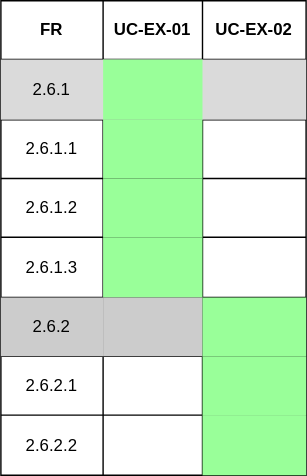
COS301-SE-2026/UMTAS keeps this draw.io diagram as docs/srs/Use_Cases/Traceability_Matrix/FR2_6.svg. Above is the earlier version. Source tidied: cells renumbered, new cells last; positions are measured from the earlier drawing's top-left corner, leaving out a move shared by most shapes. Its diagram source:
```xml
<mxGraphModel>
  <root>
    <mxCell id="0" />
    <mxCell id="1" parent="0" />
    <mxCell id="2" style="shape=table;startSize=0;strokeColor=default;" parent="1" vertex="1">
      <mxGeometry width="218" height="339" as="geometry" />
    </mxCell>
    <mxCell id="3" style="shape=tableRow;horizontal=0;startSize=0;swimlaneHead=0;swimlaneBody=0;strokeColor=inherit;top=0;left=0;bottom=0;right=0;fillColor=none;" parent="2" vertex="1">
      <mxGeometry width="218" height="42" as="geometry" />
    </mxCell>
    <mxCell id="4" value="FR" style="shape=partialRectangle;html=1;whiteSpace=wrap;strokeColor=inherit;overflow=hidden;fillColor=none;top=0;left=0;bottom=0;right=0;fontStyle=1;" parent="3" vertex="1">
      <mxGeometry width="73" height="42" as="geometry" />
    </mxCell>
    <mxCell id="5" value="UC-EX-01" style="shape=partialRectangle;html=1;whiteSpace=wrap;strokeColor=inherit;overflow=hidden;fillColor=none;top=0;left=0;bottom=0;right=0;fontStyle=1;" parent="3" vertex="1">
      <mxGeometry x="73" width="71" height="42" as="geometry" />
    </mxCell>
    <mxCell id="6" value="&lt;span style=&quot;color: rgb(0, 0, 0);&quot;&gt;UC-EX-02&lt;/span&gt;" style="shape=partialRectangle;html=1;whiteSpace=wrap;strokeColor=inherit;overflow=hidden;fillColor=none;top=0;left=0;bottom=0;right=0;fontStyle=1;" parent="3" vertex="1">
      <mxGeometry x="144" width="74" height="42" as="geometry" />
    </mxCell>
    <mxCell id="7" style="shape=tableRow;horizontal=0;startSize=0;swimlaneHead=0;swimlaneBody=0;strokeColor=inherit;top=0;left=0;bottom=0;right=0;fillColor=#DADADA;" parent="2" vertex="1">
      <mxGeometry y="42" width="218" height="43" as="geometry" />
    </mxCell>
    <mxCell id="8" value="2.6.1" style="shape=partialRectangle;html=1;whiteSpace=wrap;strokeColor=inherit;overflow=hidden;fillColor=none;top=0;left=0;bottom=0;right=0;" parent="7" vertex="1">
      <mxGeometry width="73" height="43" as="geometry" />
    </mxCell>
    <mxCell id="9" style="shape=partialRectangle;html=1;whiteSpace=wrap;strokeColor=inherit;overflow=hidden;fillColor=#99FF99;top=0;left=0;bottom=0;right=0;" parent="7" vertex="1">
      <mxGeometry x="73" width="71" height="43" as="geometry" />
    </mxCell>
    <mxCell id="10" style="shape=partialRectangle;html=1;whiteSpace=wrap;strokeColor=inherit;overflow=hidden;fillColor=none;top=0;left=0;bottom=0;right=0;" parent="7" vertex="1">
      <mxGeometry x="144" width="74" height="43" as="geometry" />
    </mxCell>
    <mxCell id="11" style="shape=tableRow;horizontal=0;startSize=0;swimlaneHead=0;swimlaneBody=0;strokeColor=inherit;top=0;left=0;bottom=0;right=0;fillColor=none;" parent="2" vertex="1">
      <mxGeometry y="85" width="218" height="42" as="geometry" />
    </mxCell>
    <mxCell id="12" value="2.6.1.1" style="shape=partialRectangle;html=1;whiteSpace=wrap;strokeColor=inherit;overflow=hidden;fillColor=none;top=0;left=0;bottom=0;right=0;" parent="11" vertex="1">
      <mxGeometry width="73" height="42" as="geometry" />
    </mxCell>
    <mxCell id="13" style="shape=partialRectangle;html=1;whiteSpace=wrap;strokeColor=inherit;overflow=hidden;fillColor=#99FF99;top=0;left=0;bottom=0;right=0;" parent="11" vertex="1">
      <mxGeometry x="73" width="71" height="42" as="geometry" />
    </mxCell>
    <mxCell id="14" style="shape=partialRectangle;html=1;whiteSpace=wrap;strokeColor=inherit;overflow=hidden;fillColor=none;top=0;left=0;bottom=0;right=0;" parent="11" vertex="1">
      <mxGeometry x="144" width="74" height="42" as="geometry" />
    </mxCell>
    <mxCell id="15" style="shape=tableRow;horizontal=0;startSize=0;swimlaneHead=0;swimlaneBody=0;strokeColor=inherit;top=0;left=0;bottom=0;right=0;fillColor=none;" parent="2" vertex="1">
      <mxGeometry y="127" width="218" height="42" as="geometry" />
    </mxCell>
    <mxCell id="16" value="2.6.1.2" style="shape=partialRectangle;html=1;whiteSpace=wrap;strokeColor=inherit;overflow=hidden;fillColor=none;top=0;left=0;bottom=0;right=0;" parent="15" vertex="1">
      <mxGeometry width="73" height="42" as="geometry" />
    </mxCell>
    <mxCell id="17" style="shape=partialRectangle;html=1;whiteSpace=wrap;strokeColor=inherit;overflow=hidden;fillColor=#99FF99;top=0;left=0;bottom=0;right=0;" parent="15" vertex="1">
      <mxGeometry x="73" width="71" height="42" as="geometry" />
    </mxCell>
    <mxCell id="18" style="shape=partialRectangle;html=1;whiteSpace=wrap;strokeColor=inherit;overflow=hidden;fillColor=none;top=0;left=0;bottom=0;right=0;" parent="15" vertex="1">
      <mxGeometry x="144" width="74" height="42" as="geometry" />
    </mxCell>
    <mxCell id="19" style="shape=tableRow;horizontal=0;startSize=0;swimlaneHead=0;swimlaneBody=0;strokeColor=inherit;top=0;left=0;bottom=0;right=0;fillColor=none;" parent="2" vertex="1">
      <mxGeometry y="169" width="218" height="43" as="geometry" />
    </mxCell>
    <mxCell id="20" value="2.6.1.3" style="shape=partialRectangle;html=1;whiteSpace=wrap;strokeColor=inherit;overflow=hidden;fillColor=none;top=0;left=0;bottom=0;right=0;" parent="19" vertex="1">
      <mxGeometry width="73" height="43" as="geometry" />
    </mxCell>
    <mxCell id="21" style="shape=partialRectangle;html=1;whiteSpace=wrap;strokeColor=inherit;overflow=hidden;fillColor=#99FF99;top=0;left=0;bottom=0;right=0;" parent="19" vertex="1">
      <mxGeometry x="73" width="71" height="43" as="geometry" />
    </mxCell>
    <mxCell id="22" style="shape=partialRectangle;html=1;whiteSpace=wrap;strokeColor=inherit;overflow=hidden;fillColor=none;top=0;left=0;bottom=0;right=0;" parent="19" vertex="1">
      <mxGeometry x="144" width="74" height="43" as="geometry" />
    </mxCell>
    <mxCell id="23" style="shape=tableRow;horizontal=0;startSize=0;swimlaneHead=0;swimlaneBody=0;strokeColor=inherit;top=0;left=0;bottom=0;right=0;fillColor=none;" parent="2" vertex="1">
      <mxGeometry y="212" width="218" height="42" as="geometry" />
    </mxCell>
    <mxCell id="24" value="2.6.2" style="shape=partialRectangle;html=1;whiteSpace=wrap;strokeColor=inherit;overflow=hidden;fillColor=#CCCCCC;top=0;left=0;bottom=0;right=0;" parent="23" vertex="1">
      <mxGeometry width="73" height="42" as="geometry" />
    </mxCell>
    <mxCell id="25" style="shape=partialRectangle;html=1;whiteSpace=wrap;strokeColor=inherit;overflow=hidden;fillColor=#CCCCCC;top=0;left=0;bottom=0;right=0;" parent="23" vertex="1">
      <mxGeometry x="73" width="71" height="42" as="geometry" />
    </mxCell>
    <mxCell id="26" style="shape=partialRectangle;html=1;whiteSpace=wrap;strokeColor=inherit;overflow=hidden;fillColor=#99FF99;top=0;left=0;bottom=0;right=0;" parent="23" vertex="1">
      <mxGeometry x="144" width="74" height="42" as="geometry" />
    </mxCell>
    <mxCell id="27" style="shape=tableRow;horizontal=0;startSize=0;swimlaneHead=0;swimlaneBody=0;strokeColor=inherit;top=0;left=0;bottom=0;right=0;fillColor=none;" parent="2" vertex="1">
      <mxGeometry y="254" width="218" height="42" as="geometry" />
    </mxCell>
    <mxCell id="28" value="2.6.2.1" style="shape=partialRectangle;html=1;whiteSpace=wrap;strokeColor=inherit;overflow=hidden;fillColor=none;top=0;left=0;bottom=0;right=0;" parent="27" vertex="1">
      <mxGeometry width="73" height="42" as="geometry" />
    </mxCell>
    <mxCell id="29" style="shape=partialRectangle;html=1;whiteSpace=wrap;strokeColor=inherit;overflow=hidden;fillColor=none;top=0;left=0;bottom=0;right=0;" parent="27" vertex="1">
      <mxGeometry x="73" width="71" height="42" as="geometry" />
    </mxCell>
    <mxCell id="30" style="shape=partialRectangle;html=1;whiteSpace=wrap;strokeColor=inherit;overflow=hidden;fillColor=#99FF99;top=0;left=0;bottom=0;right=0;" parent="27" vertex="1">
      <mxGeometry x="144" width="74" height="42" as="geometry" />
    </mxCell>
    <mxCell id="31" style="shape=tableRow;horizontal=0;startSize=0;swimlaneHead=0;swimlaneBody=0;strokeColor=inherit;top=0;left=0;bottom=0;right=0;fillColor=none;" parent="2" vertex="1">
      <mxGeometry y="296" width="218" height="43" as="geometry" />
    </mxCell>
    <mxCell id="32" value="2.6.2.2" style="shape=partialRectangle;html=1;whiteSpace=wrap;strokeColor=inherit;overflow=hidden;fillColor=none;top=0;left=0;bottom=0;right=0;" parent="31" vertex="1">
      <mxGeometry width="73" height="43" as="geometry" />
    </mxCell>
    <mxCell id="33" style="shape=partialRectangle;html=1;whiteSpace=wrap;strokeColor=inherit;overflow=hidden;fillColor=none;top=0;left=0;bottom=0;right=0;" parent="31" vertex="1">
      <mxGeometry x="73" width="71" height="43" as="geometry" />
    </mxCell>
    <mxCell id="34" style="shape=partialRectangle;html=1;whiteSpace=wrap;strokeColor=inherit;overflow=hidden;fillColor=#99FF99;top=0;left=0;bottom=0;right=0;" parent="31" vertex="1">
      <mxGeometry x="144" width="74" height="43" as="geometry" />
    </mxCell>
  </root>
</mxGraphModel>
```
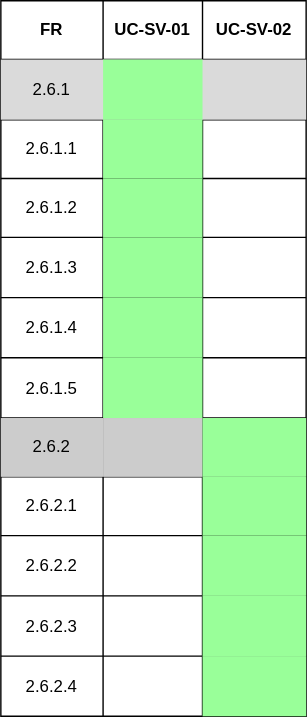
The same diagram one commit later.

The edit, as a diff of the source:
```diff
@@ -3,7 +3,7 @@
     <mxCell id="0" />
     <mxCell id="1" parent="0" />
     <mxCell id="2" style="shape=table;startSize=0;strokeColor=default;" parent="1" vertex="1">
-      <mxGeometry width="218" height="339" as="geometry" />
+      <mxGeometry width="218" height="511" as="geometry" />
     </mxCell>
     <mxCell id="3" style="shape=tableRow;horizontal=0;startSize=0;swimlaneHead=0;swimlaneBody=0;strokeColor=inherit;top=0;left=0;bottom=0;right=0;fillColor=none;" parent="2" vertex="1">
       <mxGeometry width="218" height="42" as="geometry" />
@@ -11,10 +11,10 @@
     <mxCell id="4" value="FR" style="shape=partialRectangle;html=1;whiteSpace=wrap;strokeColor=inherit;overflow=hidden;fillColor=none;top=0;left=0;bottom=0;right=0;fontStyle=1;" parent="3" vertex="1">
       <mxGeometry width="73" height="42" as="geometry" />
     </mxCell>
-    <mxCell id="5" value="UC-EX-01" style="shape=partialRectangle;html=1;whiteSpace=wrap;strokeColor=inherit;overflow=hidden;fillColor=none;top=0;left=0;bottom=0;right=0;fontStyle=1;" parent="3" vertex="1">
+    <mxCell id="5" value="UC-SV-01" style="shape=partialRectangle;html=1;whiteSpace=wrap;strokeColor=inherit;overflow=hidden;fillColor=none;top=0;left=0;bottom=0;right=0;fontStyle=1;" parent="3" vertex="1">
       <mxGeometry x="73" width="71" height="42" as="geometry" />
     </mxCell>
-    <mxCell id="6" value="&lt;span style=&quot;color: rgb(0, 0, 0);&quot;&gt;UC-EX-02&lt;/span&gt;" style="shape=partialRectangle;html=1;whiteSpace=wrap;strokeColor=inherit;overflow=hidden;fillColor=none;top=0;left=0;bottom=0;right=0;fontStyle=1;" parent="3" vertex="1">
+    <mxCell id="6" value="&lt;span style=&quot;color: rgb(0, 0, 0);&quot;&gt;UC-SV-02&lt;/span&gt;" style="shape=partialRectangle;html=1;whiteSpace=wrap;strokeColor=inherit;overflow=hidden;fillColor=none;top=0;left=0;bottom=0;right=0;fontStyle=1;" parent="3" vertex="1">
       <mxGeometry x="144" width="74" height="42" as="geometry" />
     </mxCell>
     <mxCell id="7" style="shape=tableRow;horizontal=0;startSize=0;swimlaneHead=0;swimlaneBody=0;strokeColor=inherit;top=0;left=0;bottom=0;right=0;fillColor=#DADADA;" parent="2" vertex="1">
@@ -53,10 +53,34 @@
     <mxCell id="18" style="shape=partialRectangle;html=1;whiteSpace=wrap;strokeColor=inherit;overflow=hidden;fillColor=none;top=0;left=0;bottom=0;right=0;" parent="15" vertex="1">
       <mxGeometry x="144" width="74" height="42" as="geometry" />
     </mxCell>
+    <mxCell id="35" style="shape=tableRow;horizontal=0;startSize=0;swimlaneHead=0;swimlaneBody=0;strokeColor=inherit;top=0;left=0;bottom=0;right=0;fillColor=none;" parent="2" vertex="1">
+      <mxGeometry y="169" width="218" height="43" as="geometry" />
+    </mxCell>
+    <mxCell id="36" value="2.6.1.3" style="shape=partialRectangle;html=1;whiteSpace=wrap;strokeColor=inherit;overflow=hidden;fillColor=none;top=0;left=0;bottom=0;right=0;" parent="35" vertex="1">
+      <mxGeometry width="73" height="43" as="geometry" />
+    </mxCell>
+    <mxCell id="37" style="shape=partialRectangle;html=1;whiteSpace=wrap;strokeColor=inherit;overflow=hidden;fillColor=#99FF99;top=0;left=0;bottom=0;right=0;" parent="35" vertex="1">
+      <mxGeometry x="73" width="71" height="43" as="geometry" />
+    </mxCell>
+    <mxCell id="38" style="shape=partialRectangle;html=1;whiteSpace=wrap;strokeColor=inherit;overflow=hidden;fillColor=none;top=0;left=0;bottom=0;right=0;" parent="35" vertex="1">
+      <mxGeometry x="144" width="74" height="43" as="geometry" />
+    </mxCell>
+    <mxCell id="39" style="shape=tableRow;horizontal=0;startSize=0;swimlaneHead=0;swimlaneBody=0;strokeColor=inherit;top=0;left=0;bottom=0;right=0;fillColor=none;" parent="2" vertex="1">
+      <mxGeometry y="212" width="218" height="43" as="geometry" />
+    </mxCell>
+    <mxCell id="40" value="2.6.1.4" style="shape=partialRectangle;html=1;whiteSpace=wrap;strokeColor=inherit;overflow=hidden;fillColor=none;top=0;left=0;bottom=0;right=0;" parent="39" vertex="1">
+      <mxGeometry width="73" height="43" as="geometry" />
+    </mxCell>
+    <mxCell id="41" style="shape=partialRectangle;html=1;whiteSpace=wrap;strokeColor=inherit;overflow=hidden;fillColor=#99FF99;top=0;left=0;bottom=0;right=0;" parent="39" vertex="1">
+      <mxGeometry x="73" width="71" height="43" as="geometry" />
+    </mxCell>
+    <mxCell id="42" style="shape=partialRectangle;html=1;whiteSpace=wrap;strokeColor=inherit;overflow=hidden;fillColor=none;top=0;left=0;bottom=0;right=0;" parent="39" vertex="1">
+      <mxGeometry x="144" width="74" height="43" as="geometry" />
+    </mxCell>
     <mxCell id="19" style="shape=tableRow;horizontal=0;startSize=0;swimlaneHead=0;swimlaneBody=0;strokeColor=inherit;top=0;left=0;bottom=0;right=0;fillColor=none;" parent="2" vertex="1">
-      <mxGeometry y="169" width="218" height="43" as="geometry" />
+      <mxGeometry y="255" width="218" height="43" as="geometry" />
     </mxCell>
-    <mxCell id="20" value="2.6.1.3" style="shape=partialRectangle;html=1;whiteSpace=wrap;strokeColor=inherit;overflow=hidden;fillColor=none;top=0;left=0;bottom=0;right=0;" parent="19" vertex="1">
+    <mxCell id="20" value="2.6.1.5" style="shape=partialRectangle;html=1;whiteSpace=wrap;strokeColor=inherit;overflow=hidden;fillColor=none;top=0;left=0;bottom=0;right=0;" parent="19" vertex="1">
       <mxGeometry width="73" height="43" as="geometry" />
     </mxCell>
     <mxCell id="21" style="shape=partialRectangle;html=1;whiteSpace=wrap;strokeColor=inherit;overflow=hidden;fillColor=#99FF99;top=0;left=0;bottom=0;right=0;" parent="19" vertex="1">
@@ -66,7 +90,7 @@
       <mxGeometry x="144" width="74" height="43" as="geometry" />
     </mxCell>
     <mxCell id="23" style="shape=tableRow;horizontal=0;startSize=0;swimlaneHead=0;swimlaneBody=0;strokeColor=inherit;top=0;left=0;bottom=0;right=0;fillColor=none;" parent="2" vertex="1">
-      <mxGeometry y="212" width="218" height="42" as="geometry" />
+      <mxGeometry y="298" width="218" height="42" as="geometry" />
     </mxCell>
     <mxCell id="24" value="2.6.2" style="shape=partialRectangle;html=1;whiteSpace=wrap;strokeColor=inherit;overflow=hidden;fillColor=#CCCCCC;top=0;left=0;bottom=0;right=0;" parent="23" vertex="1">
       <mxGeometry width="73" height="42" as="geometry" />
@@ -78,7 +102,7 @@
       <mxGeometry x="144" width="74" height="42" as="geometry" />
     </mxCell>
     <mxCell id="27" style="shape=tableRow;horizontal=0;startSize=0;swimlaneHead=0;swimlaneBody=0;strokeColor=inherit;top=0;left=0;bottom=0;right=0;fillColor=none;" parent="2" vertex="1">
-      <mxGeometry y="254" width="218" height="42" as="geometry" />
+      <mxGeometry y="340" width="218" height="42" as="geometry" />
     </mxCell>
     <mxCell id="28" value="2.6.2.1" style="shape=partialRectangle;html=1;whiteSpace=wrap;strokeColor=inherit;overflow=hidden;fillColor=none;top=0;left=0;bottom=0;right=0;" parent="27" vertex="1">
       <mxGeometry width="73" height="42" as="geometry" />
@@ -90,7 +114,7 @@
       <mxGeometry x="144" width="74" height="42" as="geometry" />
     </mxCell>
     <mxCell id="31" style="shape=tableRow;horizontal=0;startSize=0;swimlaneHead=0;swimlaneBody=0;strokeColor=inherit;top=0;left=0;bottom=0;right=0;fillColor=none;" parent="2" vertex="1">
-      <mxGeometry y="296" width="218" height="43" as="geometry" />
+      <mxGeometry y="382" width="218" height="43" as="geometry" />
     </mxCell>
     <mxCell id="32" value="2.6.2.2" style="shape=partialRectangle;html=1;whiteSpace=wrap;strokeColor=inherit;overflow=hidden;fillColor=none;top=0;left=0;bottom=0;right=0;" parent="31" vertex="1">
       <mxGeometry width="73" height="43" as="geometry" />
@@ -101,5 +125,29 @@
     <mxCell id="34" style="shape=partialRectangle;html=1;whiteSpace=wrap;strokeColor=inherit;overflow=hidden;fillColor=#99FF99;top=0;left=0;bottom=0;right=0;" parent="31" vertex="1">
       <mxGeometry x="144" width="74" height="43" as="geometry" />
     </mxCell>
+    <mxCell id="43" style="shape=tableRow;horizontal=0;startSize=0;swimlaneHead=0;swimlaneBody=0;strokeColor=inherit;top=0;left=0;bottom=0;right=0;fillColor=none;" parent="2" vertex="1">
+      <mxGeometry y="425" width="218" height="43" as="geometry" />
+    </mxCell>
+    <mxCell id="44" value="2.6.2.3" style="shape=partialRectangle;html=1;whiteSpace=wrap;strokeColor=inherit;overflow=hidden;fillColor=none;top=0;left=0;bottom=0;right=0;" parent="43" vertex="1">
+      <mxGeometry width="73" height="43" as="geometry" />
+    </mxCell>
+    <mxCell id="45" style="shape=partialRectangle;html=1;whiteSpace=wrap;strokeColor=inherit;overflow=hidden;fillColor=none;top=0;left=0;bottom=0;right=0;" parent="43" vertex="1">
+      <mxGeometry x="73" width="71" height="43" as="geometry" />
+    </mxCell>
+    <mxCell id="46" style="shape=partialRectangle;html=1;whiteSpace=wrap;strokeColor=inherit;overflow=hidden;fillColor=#99FF99;top=0;left=0;bottom=0;right=0;" parent="43" vertex="1">
+      <mxGeometry x="144" width="74" height="43" as="geometry" />
+    </mxCell>
+    <mxCell id="47" style="shape=tableRow;horizontal=0;startSize=0;swimlaneHead=0;swimlaneBody=0;strokeColor=inherit;top=0;left=0;bottom=0;right=0;fillColor=none;" parent="2" vertex="1">
+      <mxGeometry y="468" width="218" height="43" as="geometry" />
+    </mxCell>
+    <mxCell id="48" value="2.6.2.4" style="shape=partialRectangle;html=1;whiteSpace=wrap;strokeColor=inherit;overflow=hidden;fillColor=none;top=0;left=0;bottom=0;right=0;" parent="47" vertex="1">
+      <mxGeometry width="73" height="43" as="geometry" />
+    </mxCell>
+    <mxCell id="49" style="shape=partialRectangle;html=1;whiteSpace=wrap;strokeColor=inherit;overflow=hidden;fillColor=none;top=0;left=0;bottom=0;right=0;" parent="47" vertex="1">
+      <mxGeometry x="73" width="71" height="43" as="geometry" />
+    </mxCell>
+    <mxCell id="50" style="shape=partialRectangle;html=1;whiteSpace=wrap;strokeColor=inherit;overflow=hidden;fillColor=#99FF99;top=0;left=0;bottom=0;right=0;" parent="47" vertex="1">
+      <mxGeometry x="144" width="74" height="43" as="geometry" />
+    </mxCell>
   </root>
 </mxGraphModel>
```
